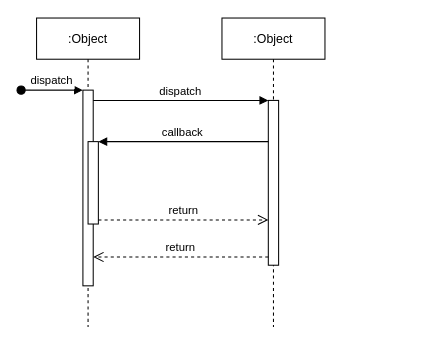
Level-headthinker/Library-management-system keeps this draw.io diagram as Untitled Diagram.drawio. Above is the earlier version. Source tidied: cells renumbered, new cells numbered last; positions are measured from the earlier drawing's top-left corner, leaving out a move shared by most shapes. Both pictures are drawn from the tidied source at 103%, with x=0, y=0 at pixel (21, 18).
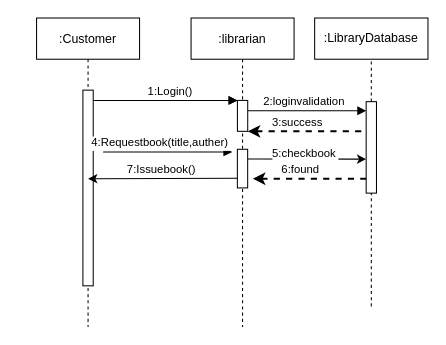
The same diagram, later.

Unchanged cells that the change refers to:
```xml
<mxCell id="3" style="points=[];perimeter=orthogonalPerimeter;rounded=0;shadow=0;strokeWidth=1;" parent="2" vertex="1">
  <mxGeometry x="45" y="70" width="10" height="190" as="geometry" />
</mxCell>
```

Diff of the diagram source:
```diff
@@
-    <mxCell id="2" value=":Object" style="shape=umlLifeline;perimeter=lifelinePerimeter;rounded=0;shadow=0;strokeWidth=1;" parent="1" vertex="1">
+    <mxCell id="2" value=":Customer" style="shape=umlLifeline;perimeter=lifelinePerimeter;rounded=0;shadow=0;strokeWidth=1;" parent="1" vertex="1">
       <mxGeometry x="15" width="100" height="300" as="geometry" />
     </mxCell>
@@
-    <mxCell id="4" value="dispatch" style="verticalAlign=bottom;startArrow=oval;endArrow=block;startSize=8;shadow=0;strokeWidth=1;" parent="2" edge="1" target="3">
-      <mxGeometry relative="1" as="geometry">
-        <mxPoint x="-15" y="70" as="sourcePoint" />
-      </mxGeometry>
-    </mxCell>
-    <mxCell id="5" style="points=[];perimeter=orthogonalPerimeter;rounded=0;shadow=0;strokeWidth=1;" parent="2" vertex="1">
-      <mxGeometry x="50" y="120" width="10" height="80" as="geometry" />
-    </mxCell>
-    <mxCell id="6" value=":Object" style="shape=umlLifeline;perimeter=lifelinePerimeter;rounded=0;shadow=0;strokeWidth=1;" parent="1" vertex="1">
-      <mxGeometry x="195" width="100" height="300" as="geometry" />
+    <mxCell id="6" value=":librarian" style="shape=umlLifeline;perimeter=lifelinePerimeter;rounded=0;shadow=0;strokeWidth=1;" parent="1" vertex="1">
+      <mxGeometry x="165" width="100" height="300" as="geometry" />
     </mxCell>
     <mxCell id="7" style="points=[];perimeter=orthogonalPerimeter;rounded=0;shadow=0;strokeWidth=1;" parent="6" vertex="1">
-      <mxGeometry x="45" y="80" width="10" height="160" as="geometry" />
+      <mxGeometry x="45" y="80" width="10" height="30" as="geometry" />
     </mxCell>
-    <mxCell id="8" value="return" style="verticalAlign=bottom;endArrow=open;dashed=1;endSize=8;exitX=0;exitY=0.95;shadow=0;strokeWidth=1;" parent="1" edge="1" source="7" target="3">
-      <mxGeometry relative="1" as="geometry" />
-    </mxCell>
+    <mxCell id="12" value="2:loginvalidation" style="verticalAlign=bottom;endArrow=block;shadow=0;strokeWidth=1;" parent="6" edge="1">
+      <mxGeometry x="-0.04" relative="1" as="geometry">
+        <mxPoint x="55" y="90" as="sourcePoint" />
+        <mxPoint x="170" y="90" as="targetPoint" />
+      </mxGeometry>
+    </mxCell>
+    <mxCell id="13" style="rounded=0;whiteSpace=wrap;html=1;rotation=90;" parent="6" vertex="1">
+      <mxGeometry x="31.2" y="141.2" width="37.5" height="10" as="geometry" />
+    </mxCell>
-    <mxCell id="9" value="dispatch" style="verticalAlign=bottom;endArrow=block;entryX=0;entryY=0;shadow=0;strokeWidth=1;" parent="1" edge="1" source="3" target="7">
-      <mxGeometry relative="1" as="geometry" />
+    <mxCell id="9" value="1:Login()" style="verticalAlign=bottom;endArrow=block;entryX=0;entryY=0;shadow=0;strokeWidth=1;" parent="1" edge="1" source="3" target="7">
+      <mxGeometry x="0.07" relative="1" as="geometry" />
     </mxCell>
-    <mxCell id="10" value="callback" style="verticalAlign=bottom;endArrow=block;entryX=1;entryY=0;shadow=0;strokeWidth=1;" parent="1" edge="1" source="7" target="5">
-      <mxGeometry relative="1" as="geometry" />
-    </mxCell>
-    <mxCell id="11" value="return" style="verticalAlign=bottom;endArrow=open;dashed=1;endSize=8;exitX=1;exitY=0.95;shadow=0;strokeWidth=1;" parent="1" edge="1" source="5" target="7">
-      <mxGeometry relative="1" as="geometry" />
-    </mxCell>
+    <mxCell id="14" value=":LibraryDatabase" style="rounded=0;whiteSpace=wrap;html=1;" parent="1" vertex="1">
+      <mxGeometry x="285" width="110" height="40" as="geometry" />
+    </mxCell>
+    <mxCell id="15" style="endArrow=none;dashed=1;html=1;strokeWidth=2;rounded=0;startArrow=classic;startFill=1;" parent="1" edge="1">
+      <mxGeometry relative="1" as="geometry">
+        <mxPoint x="220" y="110" as="sourcePoint" />
+        <mxPoint x="335" y="110" as="targetPoint" />
+      </mxGeometry>
+    </mxCell>
+    <mxCell id="16" value="3:success" style="edgeLabel;html=1;align=center;verticalAlign=middle;" parent="15" vertex="1">
+      <mxGeometry x="-0.19" y="6" relative="1" as="geometry">
+        <mxPoint y="-4" as="offset" />
+      </mxGeometry>
+    </mxCell>
+    <mxCell id="17" style="endArrow=none;html=1;rounded=0;startArrow=classic;startFill=1;entryX=0.75;entryY=1;entryDx=0;entryDy=0;" parent="1" edge="1" target="13">
+      <mxGeometry relative="1" as="geometry">
+        <mxPoint x="65" y="156" as="sourcePoint" />
+      </mxGeometry>
+    </mxCell>
+    <mxCell id="18" value="4:Requestbook(title,auther)" style="verticalAlign=bottom;endArrow=block;shadow=0;strokeWidth=1;" parent="1" edge="1">
+      <mxGeometry x="0.07" relative="1" as="geometry">
+        <mxPoint x="95" y="130" as="sourcePoint" />
+        <mxPoint x="205" y="130" as="targetPoint" />
+        <Array as="points">
+          <mxPoint x="75" y="130" />
+          <mxPoint x="140" y="130" />
+          <mxPoint x="165" y="130" />
+        </Array>
+      </mxGeometry>
+    </mxCell>
+    <mxCell id="19" value="7:Issuebook()" style="edgeLabel;html=1;align=center;verticalAlign=middle;" parent="18" vertex="1">
+      <mxGeometry x="-0.48" y="-8" relative="1" as="geometry">
+        <mxPoint x="41" y="8" as="offset" />
+      </mxGeometry>
+    </mxCell>
+    <mxCell id="20" style="endArrow=classic;html=1;rounded=0;exitX=0.25;exitY=0;exitDx=0;exitDy=0;startArrow=none;startFill=0;endFill=1;" parent="1" edge="1" source="13">
+      <mxGeometry relative="1" as="geometry">
+        <mxPoint x="335" y="137" as="targetPoint" />
+      </mxGeometry>
+    </mxCell>
+    <mxCell id="21" value="5:checkbook" style="verticalAlign=bottom;endArrow=block;entryX=0;entryY=0;shadow=0;strokeWidth=1;" parent="1" edge="1">
+      <mxGeometry x="1" y="-88" relative="1" as="geometry">
+        <mxPoint x="70" y="80" as="sourcePoint" />
+        <mxPoint x="210" y="80" as="targetPoint" />
+        <mxPoint x="65" y="-28" as="offset" />
+      </mxGeometry>
+    </mxCell>
+    <mxCell id="22" style="endArrow=none;dashed=1;html=1;strokeWidth=1;rounded=0;entryX=0.5;entryY=1;entryDx=0;entryDy=0;startArrow=none;" parent="1" edge="1" source="23" target="14">
+      <mxGeometry relative="1" as="geometry" />
+    </mxCell>
+    <mxCell id="23" style="points=[];perimeter=orthogonalPerimeter;rounded=0;shadow=0;strokeWidth=1;" parent="1" vertex="1">
+      <mxGeometry x="335" y="81.2" width="10" height="88.8" as="geometry" />
+    </mxCell>
+    <mxCell id="24" style="endArrow=none;dashed=1;html=1;strokeWidth=1;rounded=0;entryX=0.5;entryY=1;entryDx=0;entryDy=0;" parent="1" edge="1" target="23">
+      <mxGeometry relative="1" as="geometry">
+        <mxPoint x="340" y="280" as="sourcePoint" />
+      </mxGeometry>
+    </mxCell>
+    <mxCell id="25" style="endArrow=none;dashed=1;html=1;strokeWidth=2;rounded=0;startArrow=classic;startFill=1;" parent="1" edge="1">
+      <mxGeometry relative="1" as="geometry">
+        <mxPoint x="225" y="156" as="sourcePoint" />
+        <mxPoint x="335" y="156" as="targetPoint" />
+      </mxGeometry>
+    </mxCell>
+    <mxCell id="26" value="6:found" style="edgeLabel;html=1;align=center;verticalAlign=middle;" parent="25" vertex="1">
+      <mxGeometry x="-0.19" y="6" relative="1" as="geometry">
+        <mxPoint y="-4" as="offset" />
+      </mxGeometry>
+    </mxCell>
```
